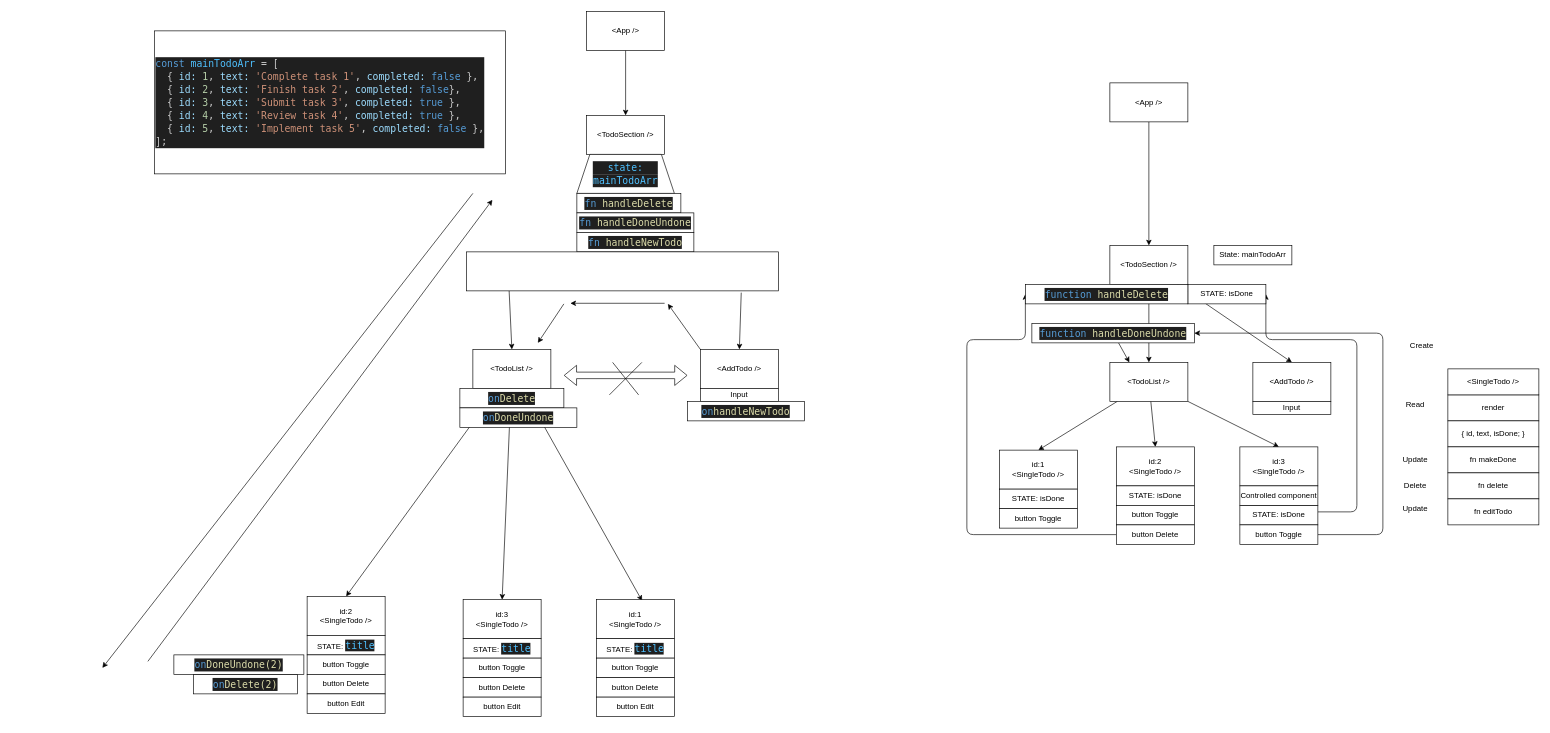
Earlier version of the draw.io diagram todo.drawio (MariusCodeAcademy/type19_06_todo_crud_app). Source tidied: cells renumbered, new cells numbered last; positions are measured from the earlier drawing's top-left corner, leaving out a move shared by most shapes. Both pictures are drawn from the tidied source at 65%, with x=0, y=0 at pixel (102, 11).
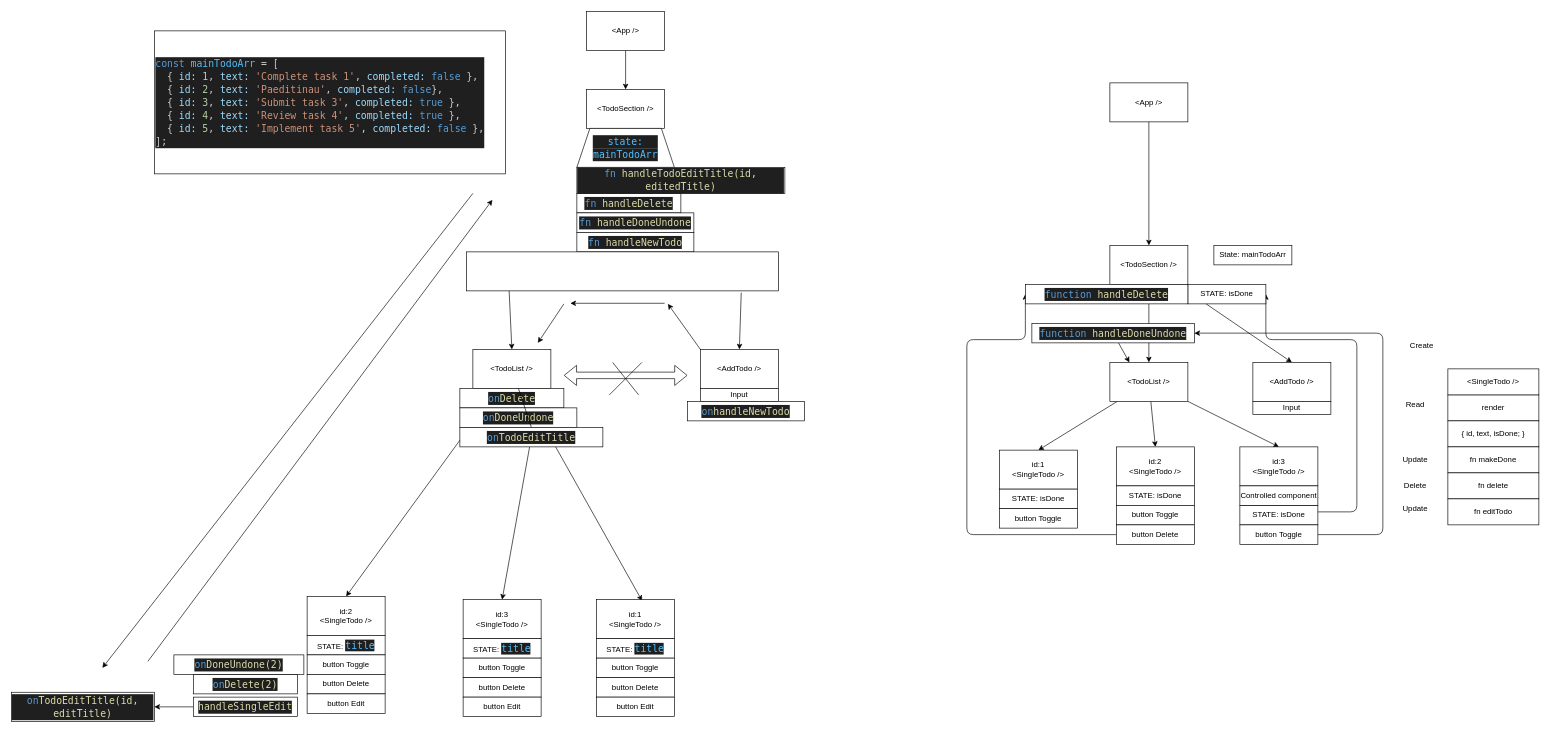
After the change.

The change refers to these unchanged cells:
```xml
<mxCell id="57" value="&amp;lt;TodoList /&amp;gt;" style="rounded=0;whiteSpace=wrap;html=1;" parent="1" vertex="1">
  <mxGeometry x="570" y="520" width="120" height="60" as="geometry" />
</mxCell>
<mxCell id="64" value="id:3&lt;br&gt;&amp;lt;SingleTodo /&amp;gt;" style="rounded=0;whiteSpace=wrap;html=1;" parent="1" vertex="1">
  <mxGeometry x="555" y="905" width="120" height="60" as="geometry" />
</mxCell>
```

Change to the diagram source:
```diff
@@
     <mxCell id="45" value="&amp;lt;TodoSection /&amp;gt;" style="rounded=0;whiteSpace=wrap;html=1;" parent="1" vertex="1">
-      <mxGeometry x="745" y="160" width="120" height="60" as="geometry" />
+      <mxGeometry x="745" y="120" width="120" height="60" as="geometry" />
     </mxCell>
@@
-    <mxCell id="55" style="edgeStyle=none;html=1;entryX=0.5;entryY=0;entryDx=0;entryDy=0;" parent="1" edge="1" source="57" target="64">
+    <mxCell id="55" style="edgeStyle=none;html=1;entryX=0.5;entryY=0;entryDx=0;entryDy=0;startArrow=none;" parent="1" edge="1" source="92" target="64">
       <mxGeometry relative="1" as="geometry" />
     </mxCell>
@@
     <mxCell id="58" value="&lt;div style=&quot;color: rgb(204, 204, 204); background-color: rgb(31, 31, 31); font-family: &amp;quot;Cascadia code PL&amp;quot;, Menlo, Monaco, &amp;quot;Courier New&amp;quot;, monospace, Consolas, &amp;quot;Courier New&amp;quot;, monospace; font-size: 15px; line-height: 20px;&quot;&gt;&lt;span style=&quot;color: #4fc1ff;&quot;&gt;state:&lt;/span&gt;&lt;/div&gt;&lt;div style=&quot;color: rgb(204, 204, 204); background-color: rgb(31, 31, 31); font-family: &amp;quot;Cascadia code PL&amp;quot;, Menlo, Monaco, &amp;quot;Courier New&amp;quot;, monospace, Consolas, &amp;quot;Courier New&amp;quot;, monospace; font-size: 15px; line-height: 20px;&quot;&gt;&lt;span style=&quot;color: #4fc1ff;&quot;&gt;mainTodoArr&lt;/span&gt;&lt;/div&gt;" style="shape=trapezoid;perimeter=trapezoidPerimeter;whiteSpace=wrap;html=1;fixedSize=1;" parent="1" vertex="1">
-      <mxGeometry x="730" y="220" width="150" height="60" as="geometry" />
+      <mxGeometry x="730" y="180" width="150" height="60" as="geometry" />
     </mxCell>
@@
-    <mxCell id="79" value="&lt;div style=&quot;background-color: rgb(31, 31, 31); font-family: &amp;quot;Cascadia code PL&amp;quot;, Menlo, Monaco, &amp;quot;Courier New&amp;quot;, monospace, Consolas, &amp;quot;Courier New&amp;quot;, monospace; font-size: 15px; line-height: 20px;&quot;&gt;&lt;div style=&quot;color: rgb(204, 204, 204);&quot;&gt;&lt;span style=&quot;color: #569cd6;&quot;&gt;const&lt;/span&gt; &lt;span style=&quot;color: #4fc1ff;&quot;&gt;mainTodoArr&lt;/span&gt; &lt;span style=&quot;color: #d4d4d4;&quot;&gt;=&lt;/span&gt; [&lt;/div&gt;&lt;div style=&quot;color: rgb(204, 204, 204);&quot;&gt;&amp;nbsp; { &lt;span style=&quot;color: #9cdcfe;&quot;&gt;id&lt;/span&gt;&lt;span style=&quot;color: #9cdcfe;&quot;&gt;:&lt;/span&gt; &lt;span style=&quot;color: #b5cea8;&quot;&gt;1&lt;/span&gt;, &lt;span style=&quot;color: #9cdcfe;&quot;&gt;text&lt;/span&gt;&lt;span style=&quot;color: #9cdcfe;&quot;&gt;:&lt;/span&gt; &lt;span style=&quot;color: #ce9178;&quot;&gt;'Complete task 1'&lt;/span&gt;, &lt;span style=&quot;color: #9cdcfe;&quot;&gt;completed&lt;/span&gt;&lt;span style=&quot;color: #9cdcfe;&quot;&gt;:&lt;/span&gt; &lt;span style=&quot;color: #569cd6;&quot;&gt;false&lt;/span&gt; },&lt;/div&gt;&lt;div style=&quot;&quot;&gt;&lt;font color=&quot;#cccccc&quot;&gt;&amp;nbsp; { &lt;/font&gt;&lt;span style=&quot;color: rgb(156, 220, 254);&quot;&gt;id&lt;/span&gt;&lt;span style=&quot;color: rgb(156, 220, 254);&quot;&gt;:&lt;/span&gt; &lt;span style=&quot;color: rgb(181, 206, 168);&quot;&gt;2&lt;/span&gt;&lt;font color=&quot;#cccccc&quot;&gt;, &lt;/font&gt;&lt;span style=&quot;color: rgb(156, 220, 254);&quot;&gt;text&lt;/span&gt;&lt;span style=&quot;color: rgb(156, 220, 254);&quot;&gt;:&lt;/span&gt; &lt;span style=&quot;color: rgb(206, 145, 120);&quot;&gt;'Finish task 2'&lt;/span&gt;&lt;font color=&quot;#cccccc&quot;&gt;, &lt;/font&gt;&lt;span style=&quot;color: rgb(156, 220, 254);&quot;&gt;completed&lt;/span&gt;&lt;span style=&quot;color: rgb(156, 220, 254);&quot;&gt;:&lt;/span&gt;&lt;font color=&quot;#cccccc&quot;&gt;&amp;nbsp;&lt;/font&gt;&lt;font color=&quot;#569cd6&quot;&gt;false&lt;/font&gt;&lt;font color=&quot;#cccccc&quot;&gt;},&lt;/font&gt;&lt;/div&gt;&lt;div style=&quot;color: rgb(204, 204, 204);&quot;&gt;&amp;nbsp; { &lt;span style=&quot;color: #9cdcfe;&quot;&gt;id&lt;/span&gt;&lt;span style=&quot;color: #9cdcfe;&quot;&gt;:&lt;/span&gt; &lt;span style=&quot;color: #b5cea8;&quot;&gt;3&lt;/span&gt;, &lt;span style=&quot;color: #9cdcfe;&quot;&gt;text&lt;/span&gt;&lt;span style=&quot;color: #9cdcfe;&quot;&gt;:&lt;/span&gt; &lt;span style=&quot;color: #ce9178;&quot;&gt;'Submit task 3'&lt;/span&gt;, &lt;span style=&quot;color: #9cdcfe;&quot;&gt;completed&lt;/span&gt;&lt;span style=&quot;color: #9cdcfe;&quot;&gt;:&lt;/span&gt; &lt;span style=&quot;color: #569cd6;&quot;&gt;true&lt;/span&gt; },&lt;/div&gt;&lt;div style=&quot;color: rgb(204, 204, 204);&quot;&gt;&amp;nbsp; { &lt;span style=&quot;color: #9cdcfe;&quot;&gt;id&lt;/span&gt;&lt;span style=&quot;color: #9cdcfe;&quot;&gt;:&lt;/span&gt; &lt;span style=&quot;color: #b5cea8;&quot;&gt;4&lt;/span&gt;, &lt;span style=&quot;color: #9cdcfe;&quot;&gt;text&lt;/span&gt;&lt;span style=&quot;color: #9cdcfe;&quot;&gt;:&lt;/span&gt; &lt;span style=&quot;color: #ce9178;&quot;&gt;'Review task 4'&lt;/span&gt;, &lt;span style=&quot;color: #9cdcfe;&quot;&gt;completed&lt;/span&gt;&lt;span style=&quot;color: #9cdcfe;&quot;&gt;:&lt;/span&gt; &lt;span style=&quot;color: #569cd6;&quot;&gt;true&lt;/span&gt; },&lt;/div&gt;&lt;div style=&quot;color: rgb(204, 204, 204);&quot;&gt;&amp;nbsp; { &lt;span style=&quot;color: #9cdcfe;&quot;&gt;id&lt;/span&gt;&lt;span style=&quot;color: #9cdcfe;&quot;&gt;:&lt;/span&gt; &lt;span style=&quot;color: #b5cea8;&quot;&gt;5&lt;/span&gt;, &lt;span style=&quot;color: #9cdcfe;&quot;&gt;text&lt;/span&gt;&lt;span style=&quot;color: #9cdcfe;&quot;&gt;:&lt;/span&gt; &lt;span style=&quot;color: #ce9178;&quot;&gt;'Implement task 5'&lt;/span&gt;, &lt;span style=&quot;color: #9cdcfe;&quot;&gt;completed&lt;/span&gt;&lt;span style=&quot;color: #9cdcfe;&quot;&gt;:&lt;/span&gt; &lt;span style=&quot;color: #569cd6;&quot;&gt;false&lt;/span&gt; },&lt;/div&gt;&lt;div style=&quot;color: rgb(204, 204, 204);&quot;&gt;];&lt;/div&gt;&lt;/div&gt;" style="rounded=0;whiteSpace=wrap;html=1;align=left;" parent="1" vertex="1">
+    <mxCell id="79" value="&lt;div style=&quot;background-color: rgb(31, 31, 31); font-family: &amp;quot;Cascadia code PL&amp;quot;, Menlo, Monaco, &amp;quot;Courier New&amp;quot;, monospace, Consolas, &amp;quot;Courier New&amp;quot;, monospace; font-size: 15px; line-height: 20px;&quot;&gt;&lt;div style=&quot;color: rgb(204, 204, 204);&quot;&gt;&lt;span style=&quot;color: #569cd6;&quot;&gt;const&lt;/span&gt; &lt;span style=&quot;color: #4fc1ff;&quot;&gt;mainTodoArr&lt;/span&gt; &lt;span style=&quot;color: #d4d4d4;&quot;&gt;=&lt;/span&gt; [&lt;/div&gt;&lt;div style=&quot;color: rgb(204, 204, 204);&quot;&gt;&amp;nbsp; { &lt;span style=&quot;color: #9cdcfe;&quot;&gt;id&lt;/span&gt;&lt;span style=&quot;color: #9cdcfe;&quot;&gt;:&lt;/span&gt; &lt;span style=&quot;color: #b5cea8;&quot;&gt;1&lt;/span&gt;, &lt;span style=&quot;color: #9cdcfe;&quot;&gt;text&lt;/span&gt;&lt;span style=&quot;color: #9cdcfe;&quot;&gt;:&lt;/span&gt; &lt;span style=&quot;color: #ce9178;&quot;&gt;'Complete task 1'&lt;/span&gt;, &lt;span style=&quot;color: #9cdcfe;&quot;&gt;completed&lt;/span&gt;&lt;span style=&quot;color: #9cdcfe;&quot;&gt;:&lt;/span&gt; &lt;span style=&quot;color: #569cd6;&quot;&gt;false&lt;/span&gt; },&lt;/div&gt;&lt;div style=&quot;&quot;&gt;&lt;font color=&quot;#cccccc&quot;&gt;&amp;nbsp; { &lt;/font&gt;&lt;span style=&quot;color: rgb(156, 220, 254);&quot;&gt;id&lt;/span&gt;&lt;span style=&quot;color: rgb(156, 220, 254);&quot;&gt;:&lt;/span&gt; &lt;span style=&quot;color: rgb(181, 206, 168);&quot;&gt;2&lt;/span&gt;&lt;font color=&quot;#cccccc&quot;&gt;, &lt;/font&gt;&lt;span style=&quot;color: rgb(156, 220, 254);&quot;&gt;text&lt;/span&gt;&lt;span style=&quot;color: rgb(156, 220, 254);&quot;&gt;:&lt;/span&gt; &lt;span style=&quot;color: rgb(206, 145, 120);&quot;&gt;'Paeditinau'&lt;/span&gt;&lt;font color=&quot;#cccccc&quot;&gt;, &lt;/font&gt;&lt;span style=&quot;color: rgb(156, 220, 254);&quot;&gt;completed&lt;/span&gt;&lt;span style=&quot;color: rgb(156, 220, 254);&quot;&gt;:&lt;/span&gt;&lt;font color=&quot;#cccccc&quot;&gt;&amp;nbsp;&lt;/font&gt;&lt;font color=&quot;#569cd6&quot;&gt;false&lt;/font&gt;&lt;font color=&quot;#cccccc&quot;&gt;},&lt;/font&gt;&lt;/div&gt;&lt;div style=&quot;color: rgb(204, 204, 204);&quot;&gt;&amp;nbsp; { &lt;span style=&quot;color: #9cdcfe;&quot;&gt;id&lt;/span&gt;&lt;span style=&quot;color: #9cdcfe;&quot;&gt;:&lt;/span&gt; &lt;span style=&quot;color: #b5cea8;&quot;&gt;3&lt;/span&gt;, &lt;span style=&quot;color: #9cdcfe;&quot;&gt;text&lt;/span&gt;&lt;span style=&quot;color: #9cdcfe;&quot;&gt;:&lt;/span&gt; &lt;span style=&quot;color: #ce9178;&quot;&gt;'Submit task 3'&lt;/span&gt;, &lt;span style=&quot;color: #9cdcfe;&quot;&gt;completed&lt;/span&gt;&lt;span style=&quot;color: #9cdcfe;&quot;&gt;:&lt;/span&gt; &lt;span style=&quot;color: #569cd6;&quot;&gt;true&lt;/span&gt; },&lt;/div&gt;&lt;div style=&quot;color: rgb(204, 204, 204);&quot;&gt;&amp;nbsp; { &lt;span style=&quot;color: #9cdcfe;&quot;&gt;id&lt;/span&gt;&lt;span style=&quot;color: #9cdcfe;&quot;&gt;:&lt;/span&gt; &lt;span style=&quot;color: #b5cea8;&quot;&gt;4&lt;/span&gt;, &lt;span style=&quot;color: #9cdcfe;&quot;&gt;text&lt;/span&gt;&lt;span style=&quot;color: #9cdcfe;&quot;&gt;:&lt;/span&gt; &lt;span style=&quot;color: #ce9178;&quot;&gt;'Review task 4'&lt;/span&gt;, &lt;span style=&quot;color: #9cdcfe;&quot;&gt;completed&lt;/span&gt;&lt;span style=&quot;color: #9cdcfe;&quot;&gt;:&lt;/span&gt; &lt;span style=&quot;color: #569cd6;&quot;&gt;true&lt;/span&gt; },&lt;/div&gt;&lt;div style=&quot;color: rgb(204, 204, 204);&quot;&gt;&amp;nbsp; { &lt;span style=&quot;color: #9cdcfe;&quot;&gt;id&lt;/span&gt;&lt;span style=&quot;color: #9cdcfe;&quot;&gt;:&lt;/span&gt; &lt;span style=&quot;color: #b5cea8;&quot;&gt;5&lt;/span&gt;, &lt;span style=&quot;color: #9cdcfe;&quot;&gt;text&lt;/span&gt;&lt;span style=&quot;color: #9cdcfe;&quot;&gt;:&lt;/span&gt; &lt;span style=&quot;color: #ce9178;&quot;&gt;'Implement task 5'&lt;/span&gt;, &lt;span style=&quot;color: #9cdcfe;&quot;&gt;completed&lt;/span&gt;&lt;span style=&quot;color: #9cdcfe;&quot;&gt;:&lt;/span&gt; &lt;span style=&quot;color: #569cd6;&quot;&gt;false&lt;/span&gt; },&lt;/div&gt;&lt;div style=&quot;color: rgb(204, 204, 204);&quot;&gt;];&lt;/div&gt;&lt;/div&gt;" style="rounded=0;whiteSpace=wrap;html=1;align=left;" parent="1" vertex="1">
       <mxGeometry x="80" y="30" width="540" height="220" as="geometry" />
     </mxCell>
@@
+    <mxCell id="88" style="edgeStyle=none;html=1;entryX=1;entryY=0.5;entryDx=0;entryDy=0;" parent="1" edge="1" source="89" target="93">
+      <mxGeometry relative="1" as="geometry" />
+    </mxCell>
+    <mxCell id="89" value="&lt;div style=&quot;background-color: rgb(31, 31, 31); font-family: &amp;quot;Cascadia code PL&amp;quot;, Menlo, Monaco, &amp;quot;Courier New&amp;quot;, monospace, Consolas, &amp;quot;Courier New&amp;quot;, monospace; font-size: 15px; line-height: 20px;&quot;&gt;&lt;div style=&quot;color: rgb(204, 204, 204); line-height: 20px;&quot;&gt;&lt;span style=&quot;color: #dcdcaa;&quot;&gt;handleSingleEdit&lt;/span&gt;&lt;/div&gt;&lt;/div&gt;" style="rounded=0;whiteSpace=wrap;html=1;" parent="1" vertex="1">
+      <mxGeometry x="140" y="1055" width="160" height="30" as="geometry" />
+    </mxCell>
+    <mxCell id="90" value="&lt;div style=&quot;background-color: rgb(31, 31, 31); font-family: &amp;quot;Cascadia code PL&amp;quot;, Menlo, Monaco, &amp;quot;Courier New&amp;quot;, monospace, Consolas, &amp;quot;Courier New&amp;quot;, monospace; font-size: 15px; line-height: 20px;&quot;&gt;&lt;font color=&quot;#569cd6&quot;&gt;fn&amp;nbsp;&lt;/font&gt;&lt;span style=&quot;color: rgb(220, 220, 170);&quot;&gt;handleTodoEditTitle(id, editedTitle)&lt;/span&gt;&lt;/div&gt;" style="rounded=0;whiteSpace=wrap;html=1;" parent="1" vertex="1">
+      <mxGeometry x="730" y="240" width="320" height="40" as="geometry" />
+    </mxCell>
+    <mxCell id="91" style="edgeStyle=none;html=1;entryX=0.5;entryY=0;entryDx=0;entryDy=0;endArrow=none;" parent="1" edge="1" source="57" target="92">
+      <mxGeometry relative="1" as="geometry" />
+    </mxCell>
+    <mxCell id="92" value="&lt;div style=&quot;background-color: rgb(31, 31, 31); font-family: &amp;quot;Cascadia code PL&amp;quot;, Menlo, Monaco, &amp;quot;Courier New&amp;quot;, monospace, Consolas, &amp;quot;Courier New&amp;quot;, monospace; font-size: 15px; line-height: 20px;&quot;&gt;&lt;font color=&quot;#569cd6&quot;&gt;on&lt;/font&gt;&lt;span style=&quot;color: rgb(220, 220, 170);&quot;&gt;TodoEditTitle&lt;/span&gt;&lt;/div&gt;" style="rounded=0;whiteSpace=wrap;html=1;" parent="1" vertex="1">
+      <mxGeometry x="550" y="640" width="220" height="30" as="geometry" />
+    </mxCell>
+    <mxCell id="93" value="&lt;div style=&quot;background-color: rgb(31, 31, 31); font-family: &amp;quot;Cascadia code PL&amp;quot;, Menlo, Monaco, &amp;quot;Courier New&amp;quot;, monospace, Consolas, &amp;quot;Courier New&amp;quot;, monospace; font-size: 15px; line-height: 20px;&quot;&gt;&lt;font color=&quot;#569cd6&quot;&gt;on&lt;/font&gt;&lt;span style=&quot;color: rgb(220, 220, 170);&quot;&gt;TodoEditTitle(id, editTitle)&lt;/span&gt;&lt;/div&gt;" style="rounded=0;whiteSpace=wrap;html=1;" parent="1" vertex="1">
+      <mxGeometry x="-140" y="1047.5" width="220" height="45" as="geometry" />
+    </mxCell>
```
